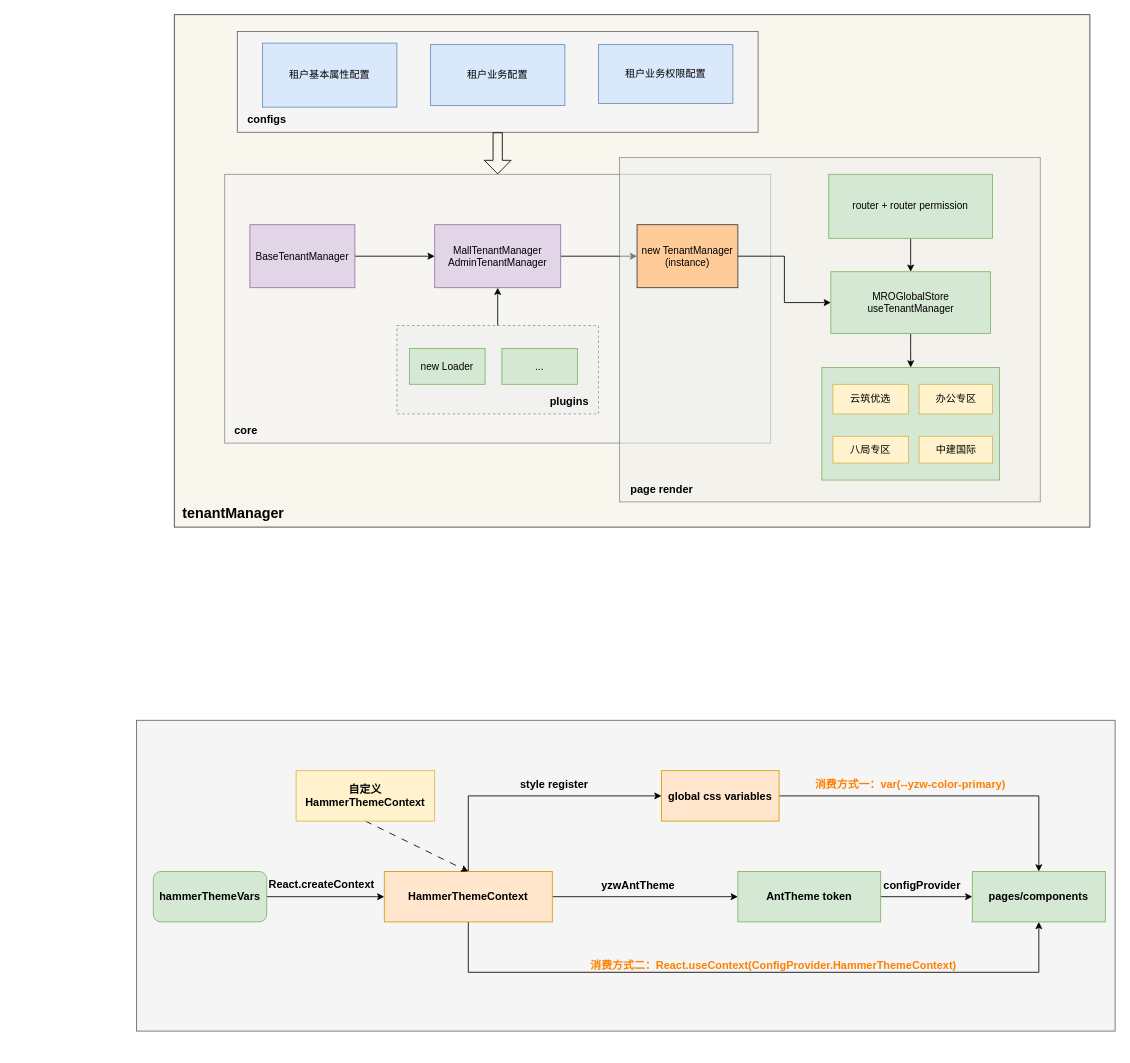
Earlier version of the draw.io diagram page "tenantManger" (1 of 3) of src/商城.drawio (jxiangji/drawio-sources). Source tidied: cells renumbered, new cells numbered last; positions are measured from the earlier drawing's top-left corner, leaving out a move shared by most shapes. Both pictures are drawn from the tidied source at 84%, with x=0, y=0 at pixel (136, 14).
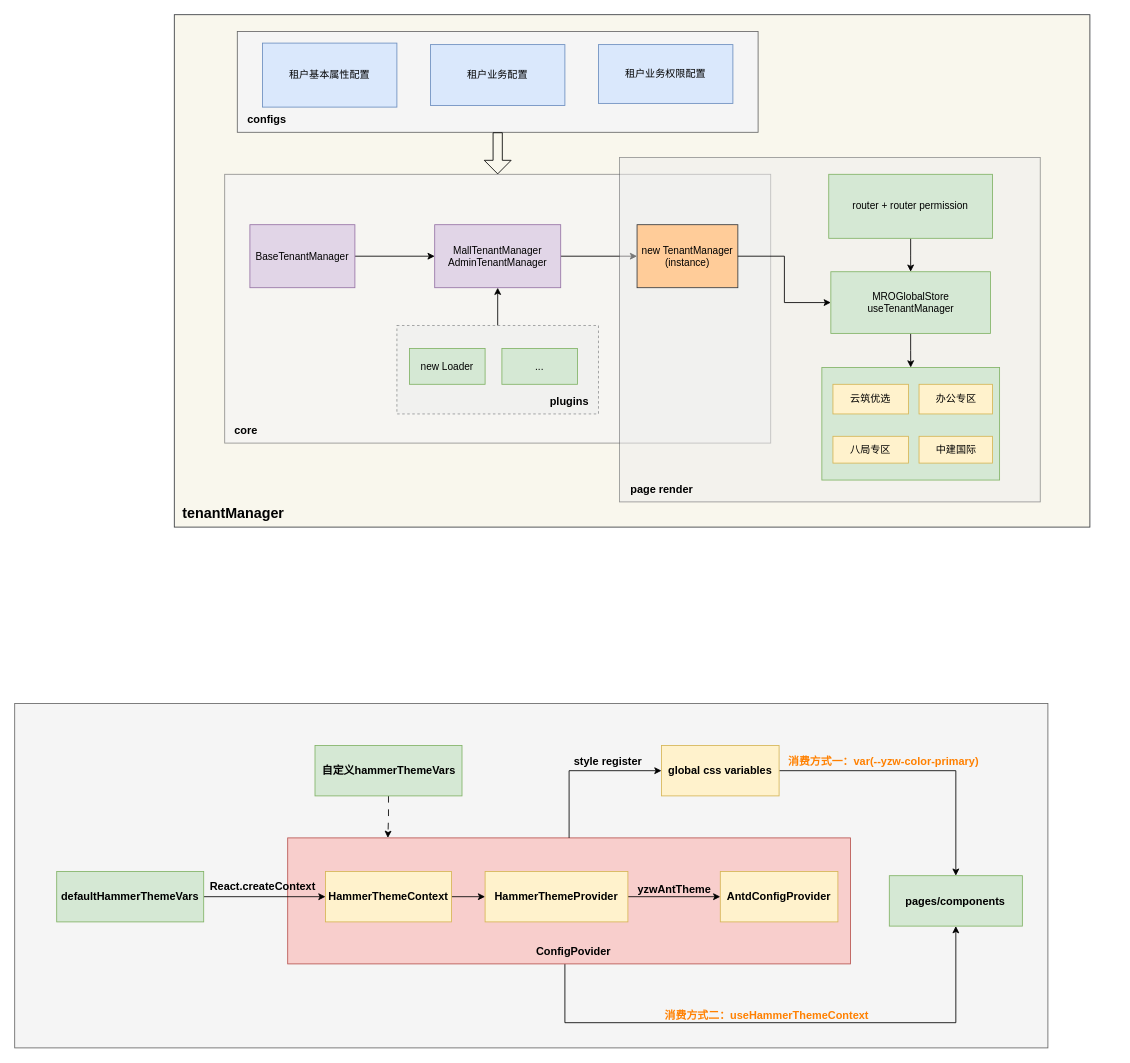
After the change.

What changed in the source:
```diff
@@
-    <mxCell id="2" style="rounded=0;whiteSpace=wrap;html=1;fillColor=#f5f5f5;fontColor=#333333;strokeColor=#666666;fontSize=13;" parent="1" vertex="1">
-      <mxGeometry y="840" width="1165" height="370" as="geometry" />
+    <mxCell id="2" style="rounded=0;whiteSpace=wrap;html=1;fillColor=#f5f5f5;fontColor=default;strokeColor=#666666;fontSize=13;fontStyle=1;labelBorderColor=#666666;" parent="1" vertex="1">
+      <mxGeometry x="-145" y="820" width="1230" height="410" as="geometry" />
     </mxCell>
@@
+    <mxCell id="54" style="edgeStyle=orthogonalEdgeStyle;rounded=0;jettySize=auto;html=1;entryX=0.5;entryY=1;entryDx=0;entryDy=0;fontColor=#FF8000;fontStyle=1;fontSize=13;labelBorderColor=none;" parent="1" edge="1" source="56" target="47">
+      <mxGeometry relative="1" as="geometry">
+        <Array as="points">
+          <mxPoint x="510" y="1200" />
+          <mxPoint x="975" y="1200" />
+        </Array>
+      </mxGeometry>
+    </mxCell>
+    <mxCell id="55" value="消费方式二：useHammerThemeContext" style="edgeLabel;html=1;align=center;verticalAlign=middle;labelBackgroundColor=none;fontColor=#FF8000;fontStyle=1;fontSize=13;labelBorderColor=none;" parent="54" vertex="1">
+      <mxGeometry x="0.16" y="1" relative="1" as="geometry">
+        <mxPoint x="-68" y="-9" as="offset" />
+      </mxGeometry>
+    </mxCell>
+    <mxCell id="56" style="rounded=0;whiteSpace=wrap;html=1;fillColor=#f8cecc;strokeColor=#b85450;fontColor=default;fontStyle=1;fontSize=13;labelBorderColor=none;" parent="1" vertex="1">
+      <mxGeometry x="180" y="980" width="670" height="150" as="geometry" />
+    </mxCell>
@@
-    <mxCell id="35" style="rounded=0;jettySize=auto;html=1;edgeStyle=orthogonalEdgeStyle;fontStyle=1;fontSize=13;" parent="1" edge="1" source="36" target="43">
-      <mxGeometry relative="1" as="geometry" />
-    </mxCell>
+    <mxCell id="57" style="edgeStyle=orthogonalEdgeStyle;rounded=0;jettySize=auto;html=1;entryX=0;entryY=0.5;entryDx=0;entryDy=0;fontColor=default;fontStyle=1;fontSize=13;labelBorderColor=none;" parent="1" edge="1" source="36" target="61">
+      <mxGeometry relative="1" as="geometry" />
+    </mxCell>
+    <mxCell id="51" value="React.createContext" style="edgeLabel;html=1;align=center;verticalAlign=middle;labelBackgroundColor=none;fontStyle=1;fontSize=13;fontColor=default;labelBorderColor=none;" parent="57" vertex="1">
+      <mxGeometry x="-0.06" y="1" relative="1" as="geometry">
+        <mxPoint x="1" y="-12" as="offset" />
+      </mxGeometry>
+    </mxCell>
-    <mxCell id="36" value="hammerThemeVars" style="rounded=1;whiteSpace=wrap;html=1;fillColor=#d5e8d4;strokeColor=#82b366;fontStyle=1;fontSize=13;" parent="1" vertex="1">
-      <mxGeometry x="20" y="1020" width="135" height="60" as="geometry" />
+    <mxCell id="36" value="defaultHammerThemeVars" style="rounded=0;whiteSpace=wrap;html=1;fillColor=#d5e8d4;strokeColor=#82b366;fontStyle=1;fontSize=13;fontColor=default;labelBorderColor=none;" parent="1" vertex="1">
+      <mxGeometry x="-95" y="1020" width="175" height="60" as="geometry" />
     </mxCell>
-    <mxCell id="37" style="rounded=0;jettySize=auto;html=1;edgeStyle=orthogonalEdgeStyle;fontStyle=1;fontSize=13;" parent="1" edge="1" source="43" target="46">
+    <mxCell id="37" style="rounded=0;jettySize=auto;html=1;edgeStyle=orthogonalEdgeStyle;fontStyle=1;fontSize=13;fontColor=default;labelBorderColor=none;" parent="1" edge="1" source="43" target="46">
       <mxGeometry relative="1" as="geometry" />
     </mxCell>
-    <mxCell id="38" value="yzwAntTheme" style="edgeLabel;html=1;align=center;verticalAlign=middle;fontStyle=1;fontSize=13;labelBackgroundColor=none;" parent="37" vertex="1">
+    <mxCell id="38" value="yzwAntTheme" style="edgeLabel;html=1;align=center;verticalAlign=middle;fontStyle=1;fontSize=13;labelBackgroundColor=none;fontColor=default;labelBorderColor=none;" parent="37" vertex="1">
       <mxGeometry x="-0.04" y="4" relative="1" as="geometry">
-        <mxPoint x="-5" y="-11" as="offset" />
+        <mxPoint x="1" y="-6" as="offset" />
       </mxGeometry>
     </mxCell>
-    <mxCell id="39" style="edgeStyle=orthogonalEdgeStyle;rounded=0;jettySize=auto;html=1;fontSize=13;startArrow=none;startFill=0;elbow=vertical;fontStyle=1;entryX=0.5;entryY=1;entryDx=0;entryDy=0;" parent="1" edge="1" source="43" target="47">
-      <mxGeometry relative="1" as="geometry">
-        <Array as="points">
-          <mxPoint x="395" y="1140" />
-          <mxPoint x="1074" y="1140" />
-        </Array>
-      </mxGeometry>
-    </mxCell>
-    <mxCell id="40" value="消费方式二：React.useContext(ConfigProvider.HammerThemeContext)" style="edgeLabel;html=1;align=center;verticalAlign=middle;fontSize=13;fontStyle=1;fontColor=#FF8000;labelBackgroundColor=none;" parent="39" vertex="1">
-      <mxGeometry x="-0.06" y="-2" relative="1" as="geometry">
-        <mxPoint x="46" y="-12" as="offset" />
-      </mxGeometry>
-    </mxCell>
-    <mxCell id="41" style="edgeStyle=orthogonalEdgeStyle;rounded=0;jettySize=auto;html=1;entryX=0;entryY=0.5;entryDx=0;entryDy=0;fontSize=13;" parent="1" edge="1" source="43" target="50">
+    <mxCell id="41" style="edgeStyle=orthogonalEdgeStyle;rounded=0;jettySize=auto;html=1;entryX=0;entryY=0.5;entryDx=0;entryDy=0;fontSize=13;exitX=0.5;exitY=0;exitDx=0;exitDy=0;fontColor=default;fontStyle=1;labelBorderColor=none;" parent="1" edge="1" source="56" target="50">
       <mxGeometry relative="1" as="geometry">
         <Array as="points">
-          <mxPoint x="395" y="930" />
+          <mxPoint x="515" y="900" />
         </Array>
       </mxGeometry>
     </mxCell>
-    <mxCell id="42" value="style register" style="edgeLabel;html=1;align=center;verticalAlign=middle;fontStyle=1;fontSize=13;labelBackgroundColor=none;" parent="41" vertex="1">
+    <mxCell id="42" value="style register" style="edgeLabel;html=1;align=center;verticalAlign=middle;fontStyle=1;fontSize=13;labelBackgroundColor=none;fontColor=default;labelBorderColor=none;" parent="41" vertex="1">
       <mxGeometry x="-0.15" y="-1" relative="1" as="geometry">
-        <mxPoint x="55" y="-16" as="offset" />
+        <mxPoint x="44" y="-13" as="offset" />
       </mxGeometry>
     </mxCell>
-    <mxCell id="43" value="HammerThemeContext" style="rounded=0;whiteSpace=wrap;html=1;fontStyle=1;fontSize=13;fillColor=#ffe6cc;strokeColor=#d79b00;" parent="1" vertex="1">
-      <mxGeometry x="295" y="1020" width="200" height="60" as="geometry" />
+    <mxCell id="43" value="&lt;div style=&quot;line-height: 18px; font-size: 13px;&quot;&gt;&lt;font style=&quot;font-size: 13px;&quot;&gt;HammerThemeProvider&lt;/font&gt;&lt;br style=&quot;font-size: 13px;&quot;&gt;&lt;/div&gt;" style="rounded=0;whiteSpace=wrap;html=1;fontStyle=1;fontSize=13;fillColor=#fff2cc;strokeColor=#d6b656;labelBackgroundColor=none;fontFamily=Helvetica;labelBorderColor=none;" parent="1" vertex="1">
+      <mxGeometry x="415" y="1020" width="170" height="60" as="geometry" />
     </mxCell>
-    <mxCell id="44" style="rounded=0;jettySize=auto;html=1;edgeStyle=orthogonalEdgeStyle;fontStyle=1;fontSize=13;" parent="1" edge="1" source="46" target="47">
-      <mxGeometry relative="1" as="geometry" />
-    </mxCell>
-    <mxCell id="45" value="configProvider" style="edgeLabel;html=1;align=center;verticalAlign=middle;fontStyle=1;fontSize=13;labelBackgroundColor=none;" parent="44" vertex="1">
-      <mxGeometry x="-0.33" y="1" relative="1" as="geometry">
-        <mxPoint x="12" y="-14" as="offset" />
-      </mxGeometry>
-    </mxCell>
-    <mxCell id="46" value="AntTheme token" style="rounded=0;whiteSpace=wrap;html=1;fontStyle=1;fontSize=13;fillColor=#d5e8d4;strokeColor=#82b366;" parent="1" vertex="1">
-      <mxGeometry x="715.9" y="1020" width="170" height="60" as="geometry" />
+    <mxCell id="46" value="&lt;div style=&quot;font-size: 13px; line-height: 18px;&quot;&gt;AntdConfigProvider&lt;/div&gt;" style="rounded=0;whiteSpace=wrap;html=1;fontStyle=1;fontSize=13;fillColor=#fff2cc;strokeColor=#d6b656;labelBorderColor=none;labelBackgroundColor=none;fontFamily=Helvetica;" parent="1" vertex="1">
+      <mxGeometry x="695" y="1020" width="140" height="60" as="geometry" />
     </mxCell>
-    <mxCell id="47" value="pages/components" style="rounded=0;whiteSpace=wrap;html=1;fontStyle=1;fontSize=13;fillColor=#d5e8d4;strokeColor=#82b366;" parent="1" vertex="1">
-      <mxGeometry x="995" y="1020" width="158.4" height="60" as="geometry" />
+    <mxCell id="47" value="pages/components" style="rounded=0;whiteSpace=wrap;html=1;fontStyle=1;fontSize=13;fillColor=#d5e8d4;strokeColor=#82b366;fontColor=default;labelBorderColor=none;" parent="1" vertex="1">
+      <mxGeometry x="896.2" y="1025" width="158.4" height="60" as="geometry" />
     </mxCell>
-    <mxCell id="48" style="edgeStyle=orthogonalEdgeStyle;rounded=0;jettySize=auto;html=1;fontSize=13;" parent="1" edge="1" source="50" target="47">
+    <mxCell id="48" style="edgeStyle=orthogonalEdgeStyle;rounded=0;jettySize=auto;html=1;fontSize=13;fontColor=default;fontStyle=1;labelBorderColor=none;" parent="1" edge="1" source="50" target="47">
       <mxGeometry relative="1" as="geometry" />
     </mxCell>
-    <mxCell id="49" value="消费方式一：var(--yzw-color-primary)" style="edgeLabel;html=1;align=center;verticalAlign=middle;fontStyle=1;fontColor=#FF8000;fontSize=13;labelBackgroundColor=none;" parent="48" vertex="1">
+    <mxCell id="49" value="消费方式一：var(--yzw-color-primary)" style="edgeLabel;html=1;align=center;verticalAlign=middle;fontStyle=1;fontColor=#FF8000;fontSize=13;labelBackgroundColor=none;labelBorderColor=none;" parent="48" vertex="1">
       <mxGeometry x="-0.35" y="-1" relative="1" as="geometry">
-        <mxPoint x="25" y="-16" as="offset" />
+        <mxPoint x="14" y="-13" as="offset" />
       </mxGeometry>
     </mxCell>
-    <mxCell id="50" value="global css variables" style="rounded=0;whiteSpace=wrap;html=1;fontStyle=1;fontSize=13;fillColor=#ffe6cc;strokeColor=#d79b00;" parent="1" vertex="1">
-      <mxGeometry x="625" y="900" width="140" height="60" as="geometry" />
+    <mxCell id="50" value="global css variables" style="rounded=0;whiteSpace=wrap;html=1;fontStyle=1;fontSize=13;fillColor=#fff2cc;strokeColor=#d6b656;labelBorderColor=none;" parent="1" vertex="1">
+      <mxGeometry x="625" y="870" width="140" height="60" as="geometry" />
     </mxCell>
-    <mxCell id="51" value="React.createContext" style="text;html=1;align=center;verticalAlign=middle;strokeColor=none;fillColor=none;fontStyle=1;fontSize=13;" parent="1" vertex="1">
-      <mxGeometry x="145" y="1020" width="150" height="30" as="geometry" />
-    </mxCell>
-    <mxCell id="52" style="rounded=0;jettySize=auto;html=1;entryX=0.5;entryY=0;entryDx=0;entryDy=0;dashed=1;dashPattern=8 8;exitX=0.5;exitY=1;exitDx=0;exitDy=0;fontSize=13;" parent="1" edge="1" source="53" target="43">
-      <mxGeometry relative="1" as="geometry" />
-    </mxCell>
+    <mxCell id="58" style="edgeStyle=orthogonalEdgeStyle;rounded=0;jettySize=auto;html=1;entryX=0.178;entryY=0;entryDx=0;entryDy=0;entryPerimeter=0;dashed=1;dashPattern=8 8;" parent="1" edge="1" source="53" target="56">
+      <mxGeometry relative="1" as="geometry" />
+    </mxCell>
-    <mxCell id="53" value="自定义HammerThemeContext" style="rounded=0;whiteSpace=wrap;html=1;fillColor=#fff2cc;strokeColor=#d6b656;fontStyle=1;fontSize=13;" parent="1" vertex="1">
-      <mxGeometry x="190" y="900" width="165" height="60" as="geometry" />
+    <mxCell id="53" value="自定义hammerThemeVars" style="rounded=0;whiteSpace=wrap;html=1;fillColor=#d5e8d4;strokeColor=#82b366;fontStyle=1;fontSize=13;labelBorderColor=none;" parent="1" vertex="1">
+      <mxGeometry x="212.5" y="870" width="175" height="60" as="geometry" />
     </mxCell>
+    <mxCell id="59" value="ConfigPovider" style="text;html=1;align=center;verticalAlign=middle;strokeColor=none;fillColor=none;fontStyle=1;fontSize=13;fontColor=default;labelBorderColor=none;" parent="1" vertex="1">
+      <mxGeometry x="465" y="1100" width="110" height="30" as="geometry" />
+    </mxCell>
+    <mxCell id="60" style="edgeStyle=orthogonalEdgeStyle;rounded=0;jettySize=auto;html=1;entryX=0;entryY=0.5;entryDx=0;entryDy=0;fontColor=default;fontStyle=1;fontSize=13;labelBorderColor=none;" parent="1" edge="1" source="61" target="43">
+      <mxGeometry relative="1" as="geometry" />
+    </mxCell>
+    <mxCell id="61" value="HammerThemeContext" style="rounded=0;whiteSpace=wrap;html=1;fillColor=#fff2cc;strokeColor=#d6b656;fontStyle=1;fontSize=13;labelBorderColor=none;" parent="1" vertex="1">
+      <mxGeometry x="225" y="1020" width="150" height="60" as="geometry" />
+    </mxCell>
```
